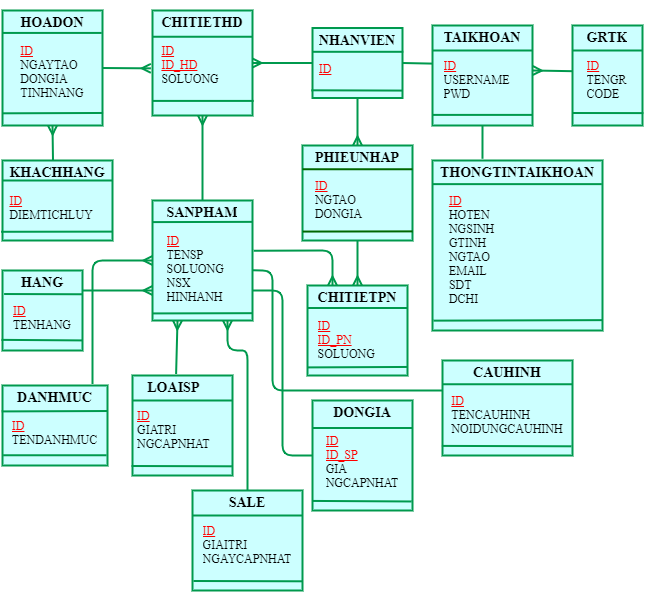
Earlier version of the draw.io export erd.drawio.png (sunny-THS/QlyBanDT). Source tidied: cells renumbered, new cells last; positions are measured from the earlier drawing's top-left corner, leaving out a move shared by most shapes.
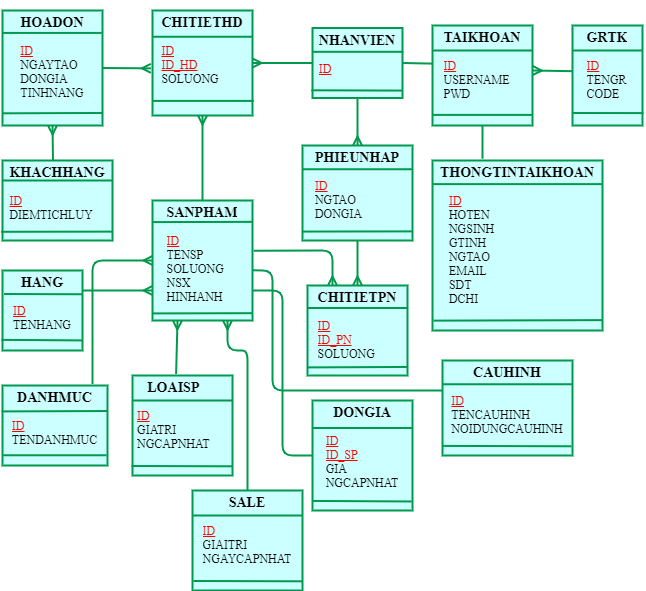
Later version of the same file.

Change to the diagram source:
```diff
@@ -86,10 +86,10 @@
     <mxCell id="29" value="&lt;h3&gt;&lt;font color=&quot;#000000&quot; face=&quot;Times New Roman&quot;&gt;PHIEUNHAP&lt;br&gt;&lt;/font&gt;&lt;/h3&gt;&lt;div style=&quot;text-align: left&quot;&gt;&lt;font face=&quot;Times New Roman&quot; color=&quot;#ff0000&quot;&gt;&lt;u&gt;ID&lt;/u&gt;&lt;/font&gt;&lt;/div&gt;&lt;div style=&quot;text-align: left&quot;&gt;&lt;font color=&quot;#000000&quot; face=&quot;Times New Roman&quot;&gt;NGTAO&lt;/font&gt;&lt;/div&gt;&lt;div style=&quot;text-align: left&quot;&gt;&lt;font color=&quot;#000000&quot; face=&quot;Times New Roman&quot;&gt;DONGIA&lt;/font&gt;&lt;/div&gt;" style="text;html=1;spacing=5;spacingTop=-20;whiteSpace=wrap;overflow=hidden;rounded=0;shadow=0;align=center;strokeWidth=2;fillColor=#CCFFFF;strokeColor=#00994D;" parent="1" vertex="1">
       <mxGeometry x="300" y="135" width="110" height="95" as="geometry" />
     </mxCell>
-    <mxCell id="30" style="endArrow=none;html=1;startSize=6;strokeWidth=2;exitX=0;exitY=0.25;exitDx=0;exitDy=0;entryX=1;entryY=0.25;entryDx=0;entryDy=0;strokeColor=#006600;" parent="1" edge="1" source="29" target="29">
+    <mxCell id="30" style="endArrow=none;html=1;startSize=6;strokeWidth=2;exitX=0;exitY=0.25;exitDx=0;exitDy=0;entryX=1;entryY=0.25;entryDx=0;entryDy=0;strokeColor=#00994d;" parent="1" edge="1" source="29" target="29">
       <mxGeometry relative="1" as="geometry" />
     </mxCell>
-    <mxCell id="31" style="endArrow=none;html=1;startSize=6;strokeWidth=2;entryX=1.001;entryY=0.904;entryDx=0;entryDy=0;entryPerimeter=0;exitX=0.002;exitY=0.906;exitDx=0;exitDy=0;exitPerimeter=0;strokeColor=#006600;" parent="1" edge="1" source="29" target="29">
+    <mxCell id="31" style="endArrow=none;html=1;startSize=6;strokeWidth=2;entryX=1.001;entryY=0.904;entryDx=0;entryDy=0;entryPerimeter=0;exitX=0.002;exitY=0.906;exitDx=0;exitDy=0;exitPerimeter=0;strokeColor=#00994d;" parent="1" edge="1" source="29" target="29">
       <mxGeometry relative="1" as="geometry" />
     </mxCell>
     <mxCell id="32" value="&lt;h3&gt;&lt;font color=&quot;#000000&quot; face=&quot;Times New Roman&quot;&gt;CHITIETPN&lt;br&gt;&lt;/font&gt;&lt;/h3&gt;&lt;div style=&quot;text-align: left&quot;&gt;&lt;font face=&quot;Times New Roman&quot; color=&quot;#ff0000&quot;&gt;&lt;u&gt;ID&lt;/u&gt;&lt;/font&gt;&lt;/div&gt;&lt;div style=&quot;text-align: left&quot;&gt;&lt;font face=&quot;Times New Roman&quot; color=&quot;#ff0000&quot;&gt;&lt;u&gt;ID_PN&lt;/u&gt;&lt;/font&gt;&lt;/div&gt;&lt;div style=&quot;text-align: left&quot;&gt;&lt;font color=&quot;#000000&quot; face=&quot;Times New Roman&quot;&gt;SOLUONG&lt;/font&gt;&lt;/div&gt;" style="text;html=1;spacing=5;spacingTop=-20;whiteSpace=wrap;overflow=hidden;rounded=0;shadow=0;align=center;fillColor=#CCFFFF;strokeWidth=2;strokeColor=#00994D;" parent="1" vertex="1">
```
